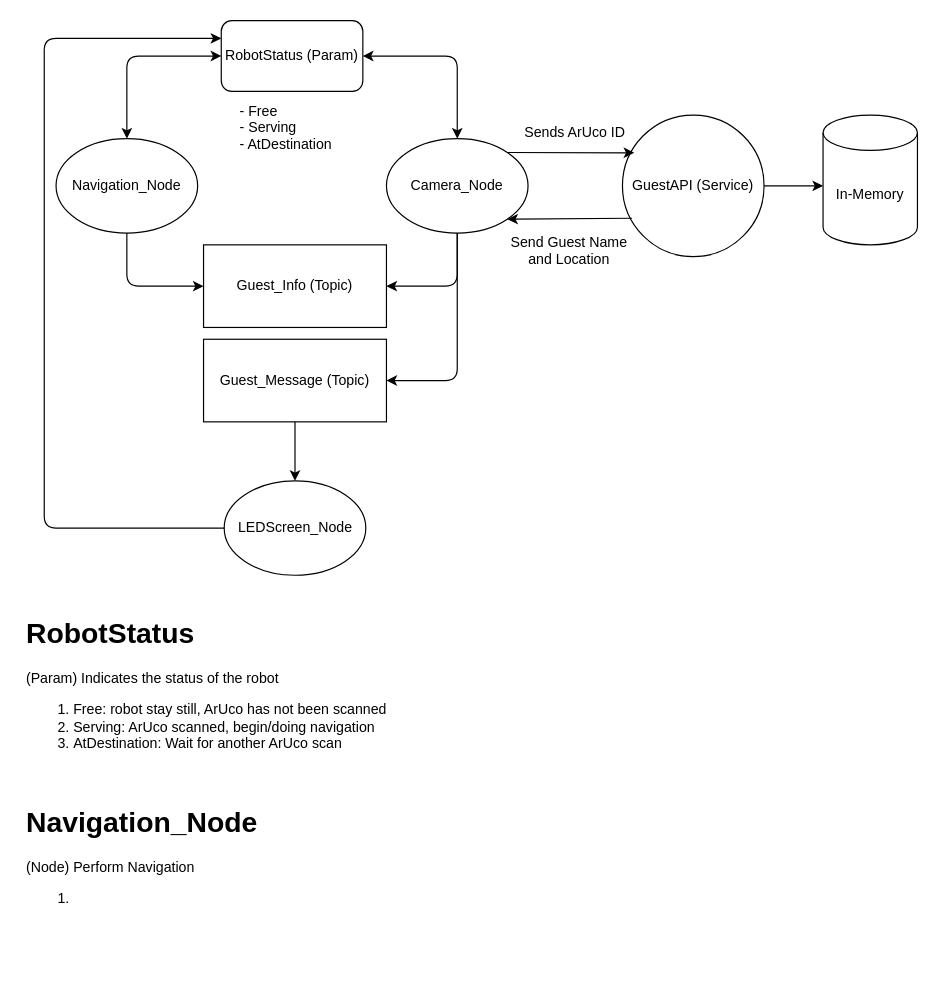
Before: architecture/architecture.drawio in Gromitmugs/CinemaBot, a draw.io diagram. Source tidied: cells renumbered, new cells numbered last; positions are measured from the earlier drawing's top-left corner, leaving out a move shared by most shapes. Both pictures are drawn from the tidied source at 118%, with x=0, y=0 at pixel (20, 20).
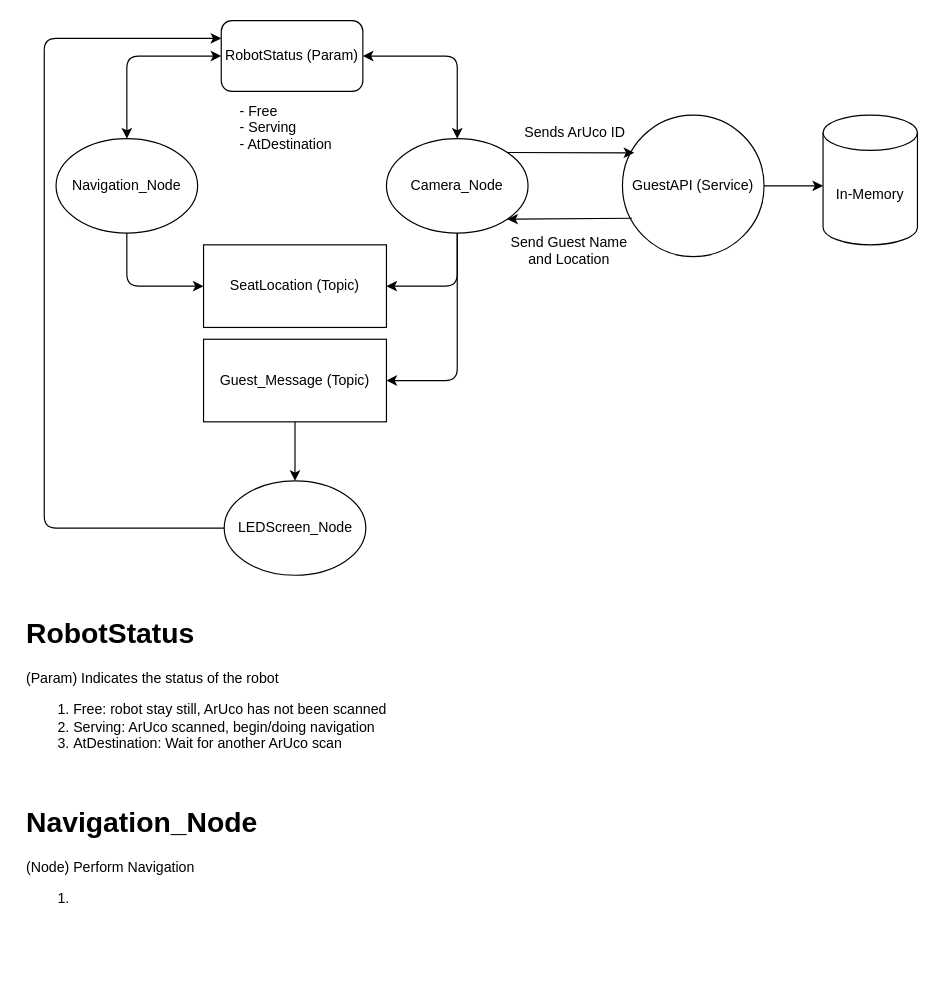
Above is the later version.

Change to the diagram source:
```diff
@@
-    <mxCell id="8" value="Guest_Info (Topic)" style="rounded=0;whiteSpace=wrap;html=1;" parent="1" vertex="1">
+    <mxCell id="8" value="SeatLocation (Topic)" style="rounded=0;whiteSpace=wrap;html=1;" parent="1" vertex="1">
       <mxGeometry x="155" y="190" width="155" height="70" as="geometry" />
     </mxCell>
```
